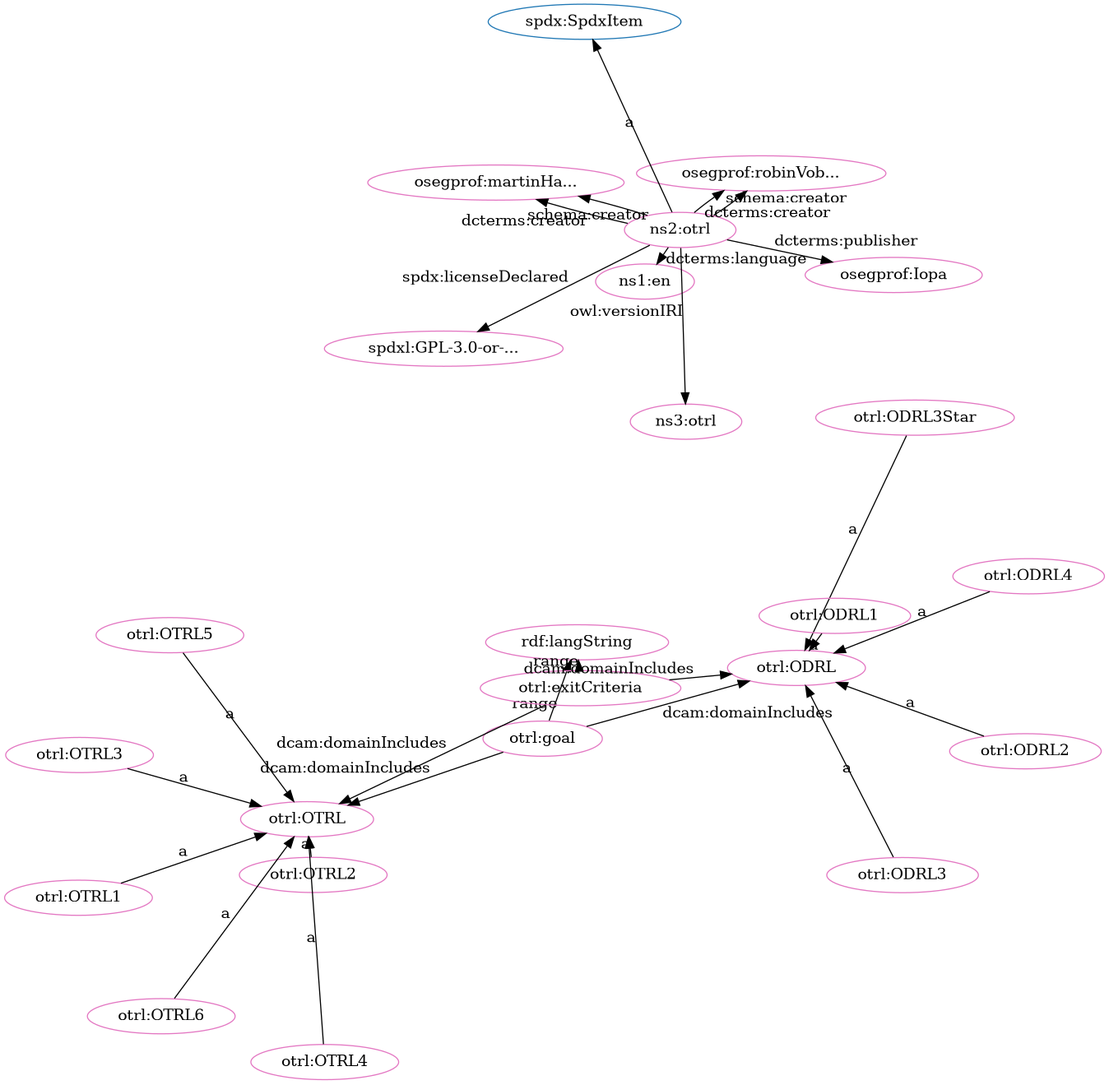
This is src/spec/fdp_otrl-clean.png from iop-alliance/OpenKnowHow, a Graphviz export, as it was before one commit. Its source is kept beside it as src/spec/fdp_otrl-clean.dot.
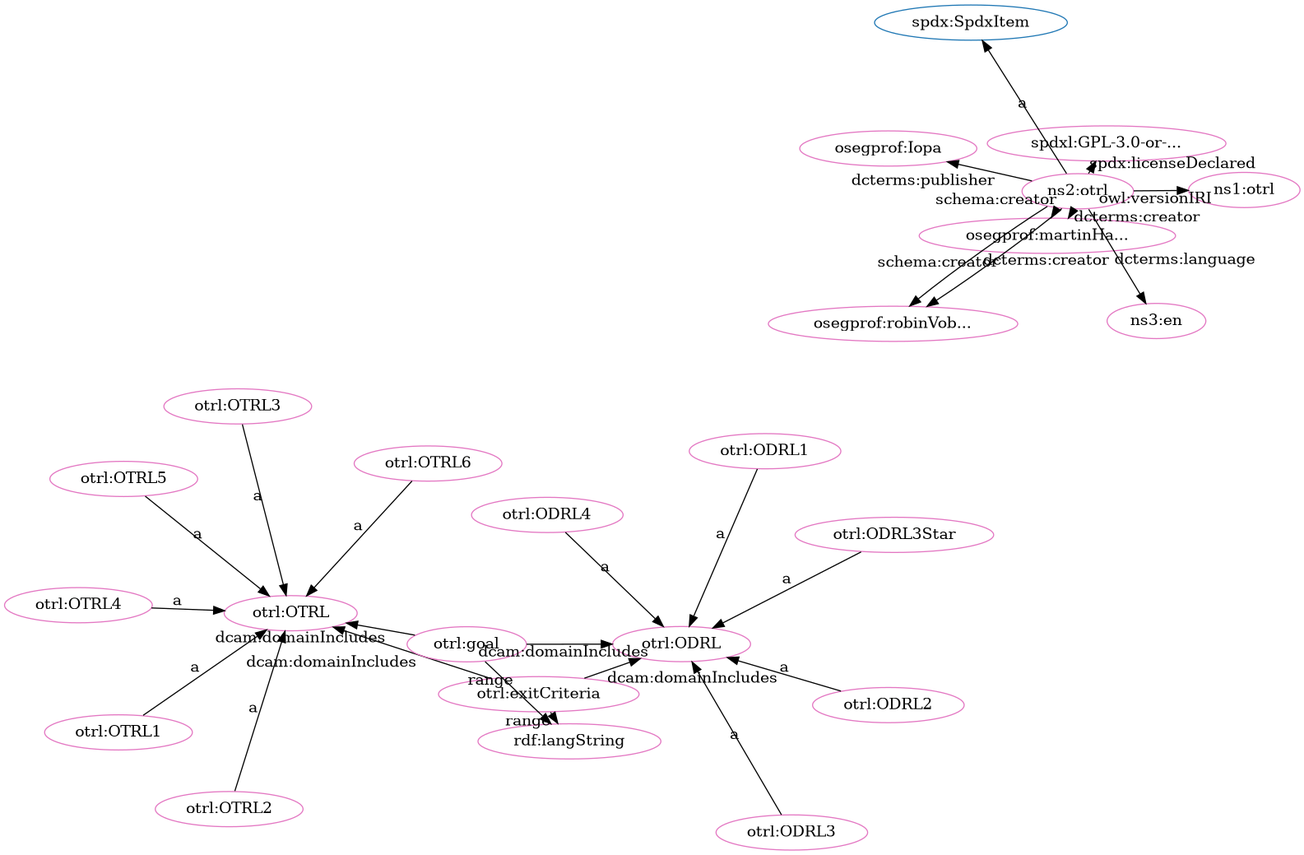
Later version of the same file.

Diff of the diagram source:
```diff
@@ -2,55 +2,55 @@
   rankdir=BT
   node[height=.3]
 "http://spdx.org/rdf/terms#SpdxItem" [fillcolor="#1f77b4" color="#1f77b4" label="spdx:SpdxItem"]
+"http://w3id.org/oseg/ont/otrl#OTRL" [fillcolor="#1f77b4" color="#1f77b4" label="otrl:OTRL"]
 "http://w3id.org/oseg/ont/otrl#ODRL" [fillcolor="#1f77b4" color="#1f77b4" label="otrl:ODRL"]
-"http://w3id.org/oseg/ont/otrl#OTRL" [fillcolor="#1f77b4" color="#1f77b4" label="otrl:OTRL"]
+"http://spdx.org/licenses/GPL-3.0-or-later" [fillcolor="#e377c2" color="#e377c2" label="spdxl:GPL-3.0-or-..."]
+"http://w3id.org/oseg/ont/oseg-profiles#martinHaeuer" [fillcolor="#e377c2" color="#e377c2" label="osegprof:martinHa..."]
+"http://w3id.org/oseg/ont/otrl#ODRL3" [fillcolor="#e377c2" color="#e377c2" label="otrl:ODRL3"]
+"http://w3id.org/oseg/ont/otrl#ODRL" [fillcolor="#e377c2" color="#e377c2" label="otrl:ODRL"]
+"http://w3id.org/oseg/ont/otrl#OTRL3" [fillcolor="#e377c2" color="#e377c2" label="otrl:OTRL3"]
+"http://w3id.org/oseg/ont/oseg-profiles#Iopa" [fillcolor="#e377c2" color="#e377c2" label="osegprof:Iopa"]
+"http://w3id.org/oseg/ont/otrl#ODRL1" [fillcolor="#e377c2" color="#e377c2" label="otrl:ODRL1"]
+"http://w3id.org/oseg/ont/otrl#OTRL5" [fillcolor="#e377c2" color="#e377c2" label="otrl:OTRL5"]
+"http://w3id.org/oseg/ont/otrl#OTRL1" [fillcolor="#e377c2" color="#e377c2" label="otrl:OTRL1"]
 "http://w3id.org/oseg/ont/otrl#OTRL2" [fillcolor="#e377c2" color="#e377c2" label="otrl:OTRL2"]
+"http://w3id.org/oseg/ont/otrl#exitCriteria" [fillcolor="#e377c2" color="#e377c2" label="otrl:exitCriteria"]
+"http://www.w3.org/1999/02/22-rdf-syntax-ns#langString" [fillcolor="#e377c2" color="#e377c2" label="rdf:langString"]
+"http://w3id.org/oseg/ont/otrl#ODRL2" [fillcolor="#e377c2" color="#e377c2" label="otrl:ODRL2"]
+"http://w3id.org/oseg/ont/otrl#OTRL4" [fillcolor="#e377c2" color="#e377c2" label="otrl:OTRL4"]
+"http://w3id.org/oseg/ont/otrl#ODRL3Star" [fillcolor="#e377c2" color="#e377c2" label="otrl:ODRL3Star"]
+"http://w3id.org/oseg/ont/1.1.0/otrl" [fillcolor="#e377c2" color="#e377c2" label="ns1:otrl"]
+"http://w3id.org/oseg/ont/otrl" [fillcolor="#e377c2" color="#e377c2" label="ns2:otrl"]
 "http://w3id.org/oseg/ont/oseg-profiles#robinVobruba" [fillcolor="#e377c2" color="#e377c2" label="osegprof:robinVob..."]
-"http://www.w3.org/1999/02/22-rdf-syntax-ns#langString" [fillcolor="#e377c2" color="#e377c2" label="rdf:langString"]
-"http://id.loc.gov/vocabulary/iso639-1/en" [fillcolor="#e377c2" color="#e377c2" label="ns1:en"]
-"http://w3id.org/oseg/ont/otrl" [fillcolor="#e377c2" color="#e377c2" label="ns2:otrl"]
-"http://w3id.org/oseg/ont/otrl#ODRL3" [fillcolor="#e377c2" color="#e377c2" label="otrl:ODRL3"]
+"http://w3id.org/oseg/ont/otrl#ODRL4" [fillcolor="#e377c2" color="#e377c2" label="otrl:ODRL4"]
+"http://w3id.org/oseg/ont/otrl#OTRL" [fillcolor="#e377c2" color="#e377c2" label="otrl:OTRL"]
+"http://id.loc.gov/vocabulary/iso639-1/en" [fillcolor="#e377c2" color="#e377c2" label="ns3:en"]
 "http://w3id.org/oseg/ont/otrl#goal" [fillcolor="#e377c2" color="#e377c2" label="otrl:goal"]
-"http://w3id.org/oseg/ont/otrl#ODRL" [fillcolor="#e377c2" color="#e377c2" label="otrl:ODRL"]
-"http://w3id.org/oseg/ont/otrl#exitCriteria" [fillcolor="#e377c2" color="#e377c2" label="otrl:exitCriteria"]
-"http://w3id.org/oseg/ont/otrl#OTRL4" [fillcolor="#e377c2" color="#e377c2" label="otrl:OTRL4"]
-"http://w3id.org/oseg/ont/otrl#OTRL1" [fillcolor="#e377c2" color="#e377c2" label="otrl:OTRL1"]
-"http://w3id.org/oseg/ont/otrl#ODRL2" [fillcolor="#e377c2" color="#e377c2" label="otrl:ODRL2"]
-"http://w3id.org/oseg/ont/otrl#OTRL" [fillcolor="#e377c2" color="#e377c2" label="otrl:OTRL"]
-"http://w3id.org/oseg/ont/otrl#ODRL3Star" [fillcolor="#e377c2" color="#e377c2" label="otrl:ODRL3Star"]
-"http://w3id.org/oseg/ont/oseg-profiles#Iopa" [fillcolor="#e377c2" color="#e377c2" label="osegprof:Iopa"]
-"http://w3id.org/oseg/ont/oseg-profiles#martinHaeuer" [fillcolor="#e377c2" color="#e377c2" label="osegprof:martinHa..."]
-"http://w3id.org/oseg/ont/otrl#OTRL3" [fillcolor="#e377c2" color="#e377c2" label="otrl:OTRL3"]
-"http://spdx.org/licenses/GPL-3.0-or-later" [fillcolor="#e377c2" color="#e377c2" label="spdxl:GPL-3.0-or-..."]
-"http://w3id.org/oseg/ont/1.1.0/otrl" [fillcolor="#e377c2" color="#e377c2" label="ns3:otrl"]
 "http://w3id.org/oseg/ont/otrl#OTRL6" [fillcolor="#e377c2" color="#e377c2" label="otrl:OTRL6"]
-"http://w3id.org/oseg/ont/otrl#OTRL5" [fillcolor="#e377c2" color="#e377c2" label="otrl:OTRL5"]
-"http://w3id.org/oseg/ont/otrl#ODRL1" [fillcolor="#e377c2" color="#e377c2" label="otrl:ODRL1"]
-"http://w3id.org/oseg/ont/otrl#ODRL4" [fillcolor="#e377c2" color="#e377c2" label="otrl:ODRL4"]
+  "http://w3id.org/oseg/ont/otrl" -> "http://w3id.org/oseg/ont/oseg-profiles#martinHaeuer" [label="dcterms:creator"]
+  "http://w3id.org/oseg/ont/otrl#ODRL3" -> "http://w3id.org/oseg/ont/otrl#ODRL" [label="a"]
+  "http://w3id.org/oseg/ont/otrl#OTRL3" -> "http://w3id.org/oseg/ont/otrl#OTRL" [label="a"]
+  "http://w3id.org/oseg/ont/otrl#ODRL1" -> "http://w3id.org/oseg/ont/otrl#ODRL" [label="a"]
+  "http://w3id.org/oseg/ont/otrl#OTRL5" -> "http://w3id.org/oseg/ont/otrl#OTRL" [label="a"]
   "http://w3id.org/oseg/ont/otrl#OTRL2" -> "http://w3id.org/oseg/ont/otrl#OTRL" [label="a"]
+  "http://w3id.org/oseg/ont/otrl#exitCriteria" -> "http://www.w3.org/1999/02/22-rdf-syntax-ns#langString" [label="range"]
+  "http://w3id.org/oseg/ont/otrl#ODRL2" -> "http://w3id.org/oseg/ont/otrl#ODRL" [label="a"]
+  "http://w3id.org/oseg/ont/otrl#ODRL3Star" -> "http://w3id.org/oseg/ont/otrl#ODRL" [label="a"]
+  "http://w3id.org/oseg/ont/otrl" -> "http://w3id.org/oseg/ont/1.1.0/otrl" [label="owl:versionIRI"]
+  "http://w3id.org/oseg/ont/otrl#goal" -> "http://w3id.org/oseg/ont/otrl#ODRL" [label="dcam:domainIncludes"]
+  "http://w3id.org/oseg/ont/otrl" -> "http://w3id.org/oseg/ont/oseg-profiles#robinVobruba" [label="schema:creator"]
+  "http://w3id.org/oseg/ont/otrl#goal" -> "http://www.w3.org/1999/02/22-rdf-syntax-ns#langString" [label="range"]
+  "http://w3id.org/oseg/ont/otrl" -> "http://w3id.org/oseg/ont/oseg-profiles#martinHaeuer" [label="schema:creator"]
+  "http://w3id.org/oseg/ont/otrl#OTRL6" -> "http://w3id.org/oseg/ont/otrl#OTRL" [label="a"]
+  "http://w3id.org/oseg/ont/otrl#exitCriteria" -> "http://w3id.org/oseg/ont/otrl#OTRL" [label="dcam:domainIncludes"]
+  "http://w3id.org/oseg/ont/otrl" -> "http://spdx.org/licenses/GPL-3.0-or-later" [label="spdx:licenseDeclared"]
+  "http://w3id.org/oseg/ont/otrl#exitCriteria" -> "http://w3id.org/oseg/ont/otrl#ODRL" [label="dcam:domainIncludes"]
+  "http://w3id.org/oseg/ont/otrl" -> "http://w3id.org/oseg/ont/oseg-profiles#Iopa" [label="dcterms:publisher"]
+  "http://w3id.org/oseg/ont/otrl#OTRL1" -> "http://w3id.org/oseg/ont/otrl#OTRL" [label="a"]
+  "http://w3id.org/oseg/ont/otrl#OTRL4" -> "http://w3id.org/oseg/ont/otrl#OTRL" [label="a"]
+  "http://w3id.org/oseg/ont/otrl#ODRL4" -> "http://w3id.org/oseg/ont/otrl#ODRL" [label="a"]
   "http://w3id.org/oseg/ont/otrl" -> "http://w3id.org/oseg/ont/oseg-profiles#robinVobruba" [label="dcterms:creator"]
-  "http://w3id.org/oseg/ont/otrl#exitCriteria" -> "http://www.w3.org/1999/02/22-rdf-syntax-ns#langString" [label="range"]
+  "http://w3id.org/oseg/ont/otrl" -> "http://spdx.org/rdf/terms#SpdxItem" [label="a"]
+  "http://w3id.org/oseg/ont/otrl#goal" -> "http://w3id.org/oseg/ont/otrl#OTRL" [label="dcam:domainIncludes"]
   "http://w3id.org/oseg/ont/otrl" -> "http://id.loc.gov/vocabulary/iso639-1/en" [label="dcterms:language"]
-  "http://w3id.org/oseg/ont/otrl#ODRL3" -> "http://w3id.org/oseg/ont/otrl#ODRL" [label="a"]
-  "http://w3id.org/oseg/ont/otrl#exitCriteria" -> "http://w3id.org/oseg/ont/otrl#ODRL" [label="dcam:domainIncludes"]
-  "http://w3id.org/oseg/ont/otrl#ODRL2" -> "http://w3id.org/oseg/ont/otrl#ODRL" [label="a"]
-  "http://w3id.org/oseg/ont/otrl#goal" -> "http://w3id.org/oseg/ont/otrl#OTRL" [label="dcam:domainIncludes"]
-  "http://w3id.org/oseg/ont/otrl" -> "http://w3id.org/oseg/ont/oseg-profiles#Iopa" [label="dcterms:publisher"]
-  "http://w3id.org/oseg/ont/otrl" -> "http://spdx.org/rdf/terms#SpdxItem" [label="a"]
-  "http://w3id.org/oseg/ont/otrl" -> "http://w3id.org/oseg/ont/oseg-profiles#martinHaeuer" [label="dcterms:creator"]
-  "http://w3id.org/oseg/ont/otrl" -> "http://spdx.org/licenses/GPL-3.0-or-later" [label="spdx:licenseDeclared"]
-  "http://w3id.org/oseg/ont/otrl#OTRL5" -> "http://w3id.org/oseg/ont/otrl#OTRL" [label="a"]
-  "http://w3id.org/oseg/ont/otrl#OTRL4" -> "http://w3id.org/oseg/ont/otrl#OTRL" [label="a"]
-  "http://w3id.org/oseg/ont/otrl#OTRL1" -> "http://w3id.org/oseg/ont/otrl#OTRL" [label="a"]
-  "http://w3id.org/oseg/ont/otrl#goal" -> "http://www.w3.org/1999/02/22-rdf-syntax-ns#langString" [label="range"]
-  "http://w3id.org/oseg/ont/otrl#ODRL3Star" -> "http://w3id.org/oseg/ont/otrl#ODRL" [label="a"]
-  "http://w3id.org/oseg/ont/otrl#goal" -> "http://w3id.org/oseg/ont/otrl#ODRL" [label="dcam:domainIncludes"]
-  "http://w3id.org/oseg/ont/otrl#exitCriteria" -> "http://w3id.org/oseg/ont/otrl#OTRL" [label="dcam:domainIncludes"]
-  "http://w3id.org/oseg/ont/otrl#OTRL3" -> "http://w3id.org/oseg/ont/otrl#OTRL" [label="a"]
-  "http://w3id.org/oseg/ont/otrl" -> "http://w3id.org/oseg/ont/oseg-profiles#robinVobruba" [label="schema:creator"]
-  "http://w3id.org/oseg/ont/otrl" -> "http://w3id.org/oseg/ont/1.1.0/otrl" [label="owl:versionIRI"]
-  "http://w3id.org/oseg/ont/otrl#OTRL6" -> "http://w3id.org/oseg/ont/otrl#OTRL" [label="a"]
-  "http://w3id.org/oseg/ont/otrl" -> "http://w3id.org/oseg/ont/oseg-profiles#martinHaeuer" [label="schema:creator"]
-  "http://w3id.org/oseg/ont/otrl#ODRL1" -> "http://w3id.org/oseg/ont/otrl#ODRL" [label="a"]
-  "http://w3id.org/oseg/ont/otrl#ODRL4" -> "http://w3id.org/oseg/ont/otrl#ODRL" [label="a"]
 }
```
